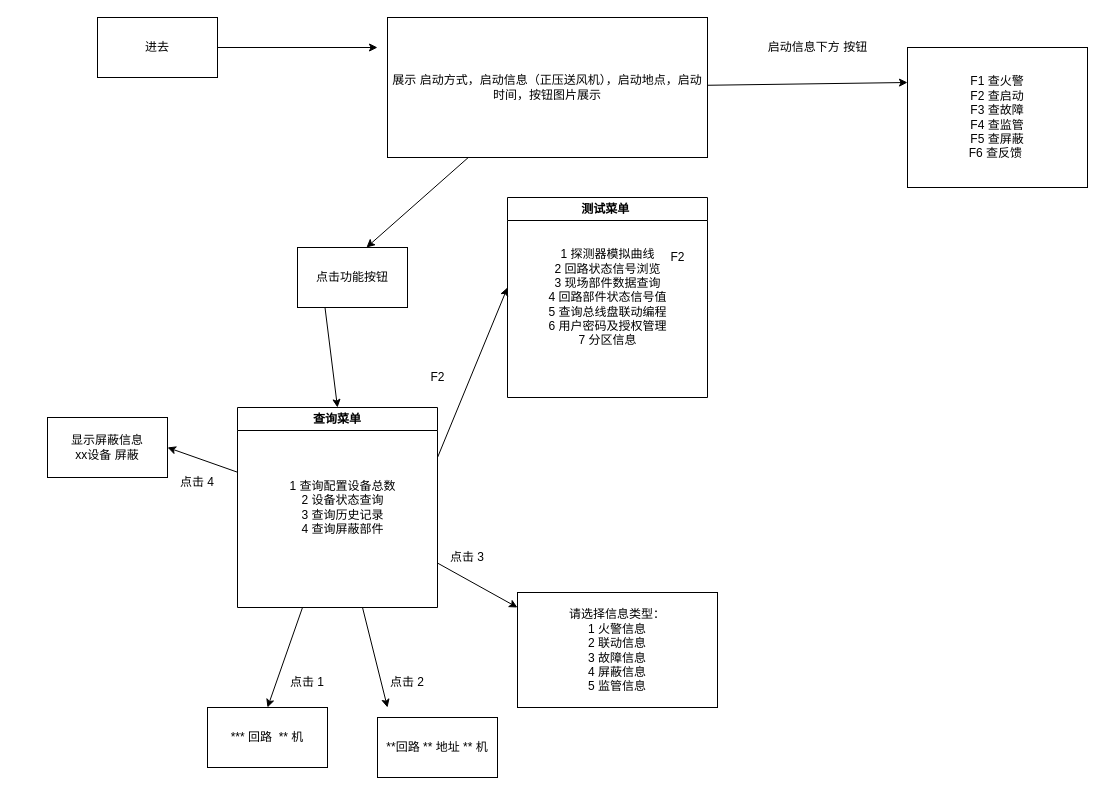
The draw.io diagram tes.dio in 1253850932/vue3-vite, before the edit. Source tidied: cells renumbered, new cells numbered last; positions are measured from the earlier drawing's top-left corner, leaving out a move shared by most shapes. Both pictures are drawn from the tidied source at 100%, with x=0, y=0 at pixel (47, 17).
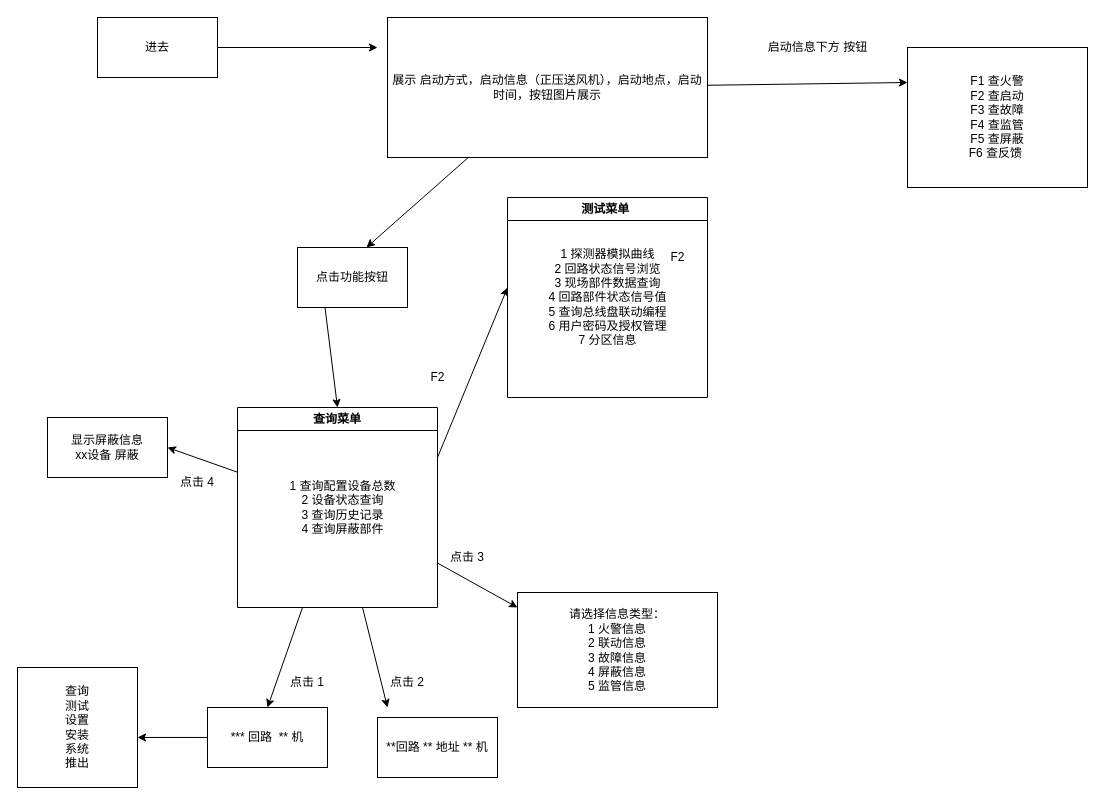
Above is the later version.

Commit message (it also covers changes not shown here):
✨ feat(中控设备组件、图形显示组件v1.0):

The change refers to these unchanged cells:
```xml
<mxCell id="17" value="*** 回路&amp;nbsp; ** 机" style="rounded=0;whiteSpace=wrap;html=1;" parent="1" vertex="1">
  <mxGeometry x="160" y="690" width="120" height="60" as="geometry" />
</mxCell>
```

The edit, as a diff of the source:
```diff
@@
+    <mxCell id="30" style="edgeStyle=none;html=1;entryX=1;entryY=0.583;entryDx=0;entryDy=0;entryPerimeter=0;" parent="1" edge="1" source="17" target="31">
+      <mxGeometry relative="1" as="geometry" />
+    </mxCell>
@@
+    <mxCell id="31" value="查询&lt;br&gt;测试&lt;br&gt;设置&lt;br&gt;安装&lt;br&gt;系统&lt;br&gt;推出&lt;br&gt;" style="whiteSpace=wrap;html=1;" parent="1" vertex="1">
+      <mxGeometry x="-30" y="650" width="120" height="120" as="geometry" />
+    </mxCell>
```
